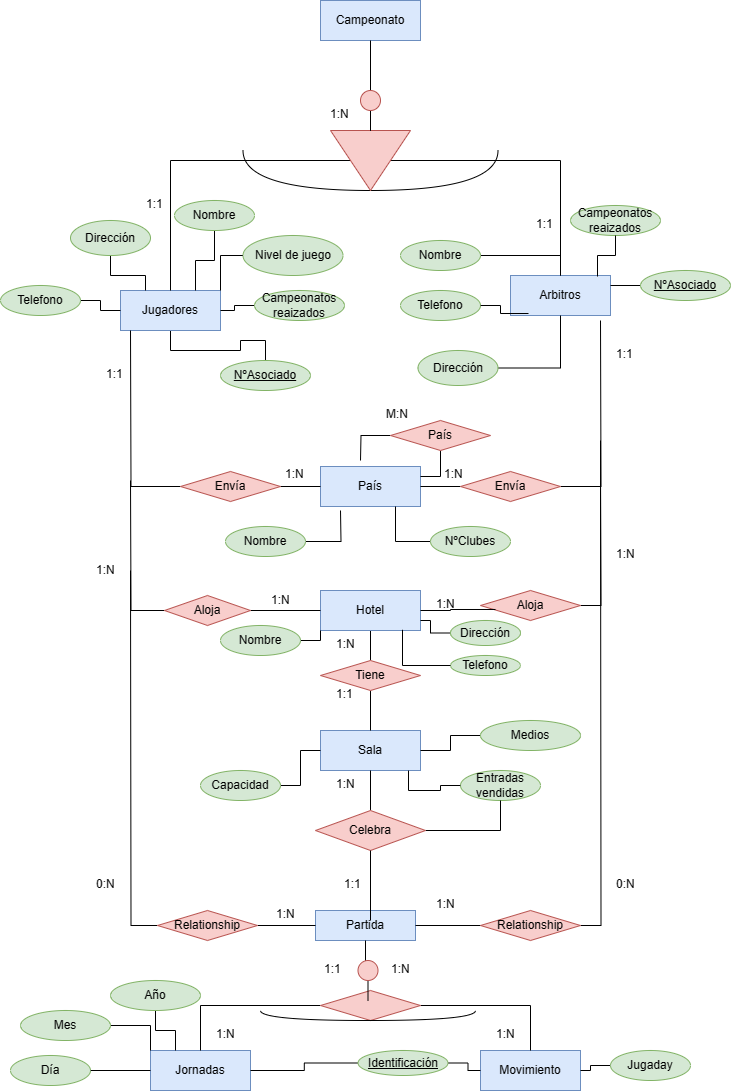
Above: Unidad-1/Tareas/Tarea evaluable 2/Tarea evaluable 2.drawio.png in GgbGabrielGarcia/Base-Datos (draw.io), before the change. Source tidied: cells renumbered, new cells last; positions are measured from the earlier drawing's top-left corner, leaving out a move shared by most shapes.
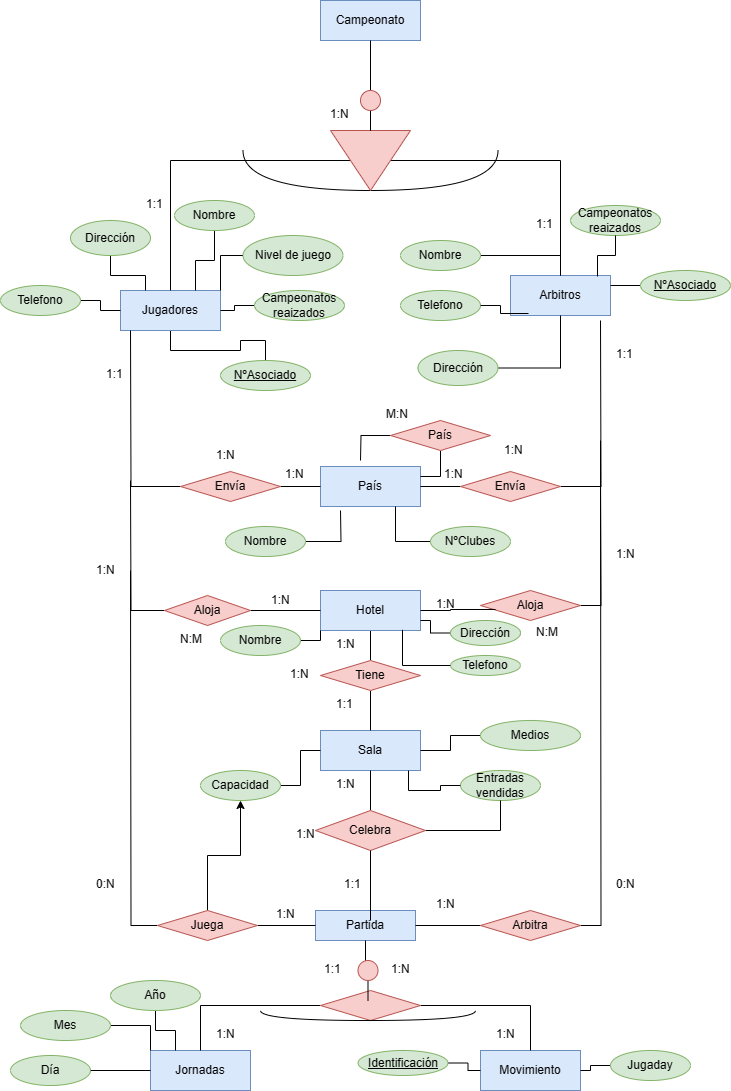
The same file after the commit.

What changed in the source:
```diff
@@ -127,7 +127,10 @@
     <mxCell id="42" style="edgeStyle=orthogonalEdgeStyle;rounded=0;jettySize=auto;html=1;endArrow=none;endFill=0;" parent="1" edge="1" source="43" target="38">
       <mxGeometry relative="1" as="geometry" />
     </mxCell>
+    <mxCell id="125" style="edgeStyle=orthogonalEdgeStyle;rounded=0;jettySize=auto;html=1;" parent="1" edge="1" source="43" target="81">
+      <mxGeometry relative="1" as="geometry" />
+    </mxCell>
-    <mxCell id="43" value="Relationship" style="shape=rhombus;perimeter=rhombusPerimeter;whiteSpace=wrap;html=1;align=center;fillColor=#f8cecc;strokeColor=#b85450;" parent="1" vertex="1">
+    <mxCell id="43" value="Juega" style="shape=rhombus;perimeter=rhombusPerimeter;whiteSpace=wrap;html=1;align=center;fillColor=#f8cecc;strokeColor=#b85450;" parent="1" vertex="1">
       <mxGeometry x="157" y="910" width="100" height="30" as="geometry" />
     </mxCell>
     <mxCell id="44" style="edgeStyle=orthogonalEdgeStyle;rounded=0;jettySize=auto;html=1;endArrow=none;endFill=0;" parent="1" edge="1" source="46">
@@ -149,7 +152,7 @@
     <mxCell id="48" style="edgeStyle=orthogonalEdgeStyle;rounded=0;jettySize=auto;html=1;endArrow=none;endFill=0;" parent="1" edge="1" source="49" target="38">
       <mxGeometry relative="1" as="geometry" />
     </mxCell>
-    <mxCell id="49" value="Relationship" style="shape=rhombus;perimeter=rhombusPerimeter;whiteSpace=wrap;html=1;align=center;fillColor=#f8cecc;strokeColor=#b85450;" parent="1" vertex="1">
+    <mxCell id="49" value="Arbitra" style="shape=rhombus;perimeter=rhombusPerimeter;whiteSpace=wrap;html=1;align=center;fillColor=#f8cecc;strokeColor=#b85450;" parent="1" vertex="1">
       <mxGeometry x="480" y="910" width="100" height="30" as="geometry" />
     </mxCell>
     <mxCell id="50" style="edgeStyle=orthogonalEdgeStyle;rounded=0;jettySize=auto;html=1;entryX=0.5;entryY=0;entryDx=0;entryDy=0;endArrow=none;endFill=0;" parent="1" edge="1" source="52" target="34">
@@ -303,9 +306,6 @@
     <mxCell id="96" style="edgeStyle=orthogonalEdgeStyle;rounded=0;jettySize=auto;html=1;endArrow=none;endFill=0;" parent="1" edge="1" source="98" target="37">
       <mxGeometry relative="1" as="geometry" />
     </mxCell>
-    <mxCell id="97" style="edgeStyle=orthogonalEdgeStyle;rounded=0;jettySize=auto;html=1;endArrow=none;endFill=0;" parent="1" edge="1" source="98" target="34">
-      <mxGeometry relative="1" as="geometry" />
-    </mxCell>
     <mxCell id="98" value="Identificación" style="ellipse;whiteSpace=wrap;html=1;align=center;fontStyle=4;fillColor=#d5e8d4;strokeColor=#82b366;" parent="1" vertex="1">
       <mxGeometry x="357.5" y="1050" width="90" height="25" as="geometry" />
     </mxCell>
@@ -352,7 +352,7 @@
       <mxGeometry x="330" y="630" width="40" height="30" as="geometry" />
     </mxCell>
     <mxCell id="113" value="1:1" style="text;strokeColor=none;fillColor=none;spacingLeft=4;spacingRight=4;overflow=hidden;fontSize=12;whiteSpace=wrap;html=1;" parent="1" vertex="1">
-      <mxGeometry x="330" y="680" width="40" height="30" as="geometry" />
+      <mxGeometry x="330" y="690" width="40" height="30" as="geometry" />
     </mxCell>
     <mxCell id="114" value="1:N" style="text;strokeColor=none;fillColor=none;spacingLeft=4;spacingRight=4;overflow=hidden;fontSize=12;whiteSpace=wrap;html=1;" parent="1" vertex="1">
       <mxGeometry x="330" y="770" width="40" height="30" as="geometry" />
@@ -387,5 +387,23 @@
     <mxCell id="124" value="1:N" style="text;strokeColor=none;fillColor=none;spacingLeft=4;spacingRight=4;overflow=hidden;fontSize=12;whiteSpace=wrap;html=1;" parent="1" vertex="1">
       <mxGeometry x="490" y="1020" width="40" height="30" as="geometry" />
     </mxCell>
+    <mxCell id="126" value="1:N" style="text;strokeColor=none;fillColor=none;spacingLeft=4;spacingRight=4;overflow=hidden;fontSize=12;whiteSpace=wrap;html=1;" parent="1" vertex="1">
+      <mxGeometry x="284" y="660" width="40" height="30" as="geometry" />
+    </mxCell>
+    <mxCell id="127" value="1:N" style="text;strokeColor=none;fillColor=none;spacingLeft=4;spacingRight=4;overflow=hidden;fontSize=12;whiteSpace=wrap;html=1;" parent="1" vertex="1">
+      <mxGeometry x="290" y="820" width="40" height="30" as="geometry" />
+    </mxCell>
+    <mxCell id="128" value="N:M" style="text;strokeColor=none;fillColor=none;spacingLeft=4;spacingRight=4;overflow=hidden;fontSize=12;whiteSpace=wrap;html=1;" parent="1" vertex="1">
+      <mxGeometry x="530" y="617.5" width="40" height="30" as="geometry" />
+    </mxCell>
+    <mxCell id="129" value="N:M" style="text;strokeColor=none;fillColor=none;spacingLeft=4;spacingRight=4;overflow=hidden;fontSize=12;whiteSpace=wrap;html=1;" parent="1" vertex="1">
+      <mxGeometry x="174" y="625" width="40" height="30" as="geometry" />
+    </mxCell>
+    <mxCell id="130" value="1:N" style="text;strokeColor=none;fillColor=none;spacingLeft=4;spacingRight=4;overflow=hidden;fontSize=12;whiteSpace=wrap;html=1;" parent="1" vertex="1">
+      <mxGeometry x="210" y="441" width="40" height="30" as="geometry" />
+    </mxCell>
+    <mxCell id="131" value="1:N" style="text;strokeColor=none;fillColor=none;spacingLeft=4;spacingRight=4;overflow=hidden;fontSize=12;whiteSpace=wrap;html=1;" parent="1" vertex="1">
+      <mxGeometry x="497.5" y="436" width="40" height="30" as="geometry" />
+    </mxCell>
   </root>
 </mxGraphModel>
```
